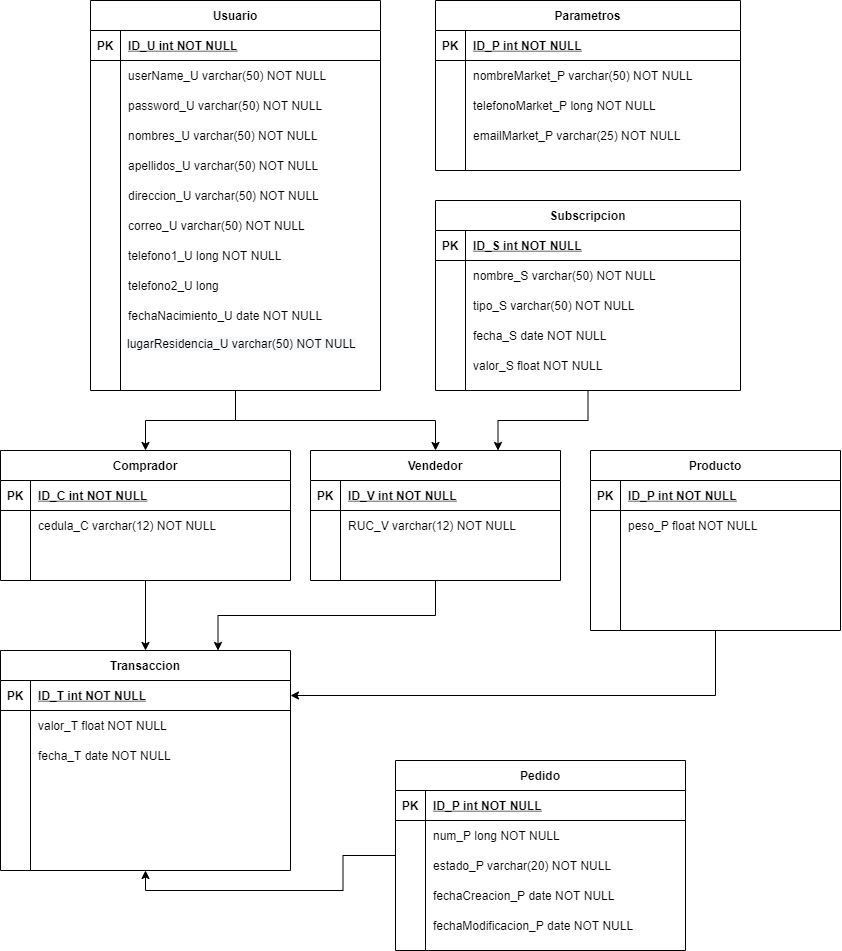
Above: Diagramas/DiagramaER.png in LexAdrian1/resolucionEjercicio (draw.io), before the change. Source tidied: cells renumbered, new cells last; positions are measured from the earlier drawing's top-left corner, leaving out a move shared by most shapes.
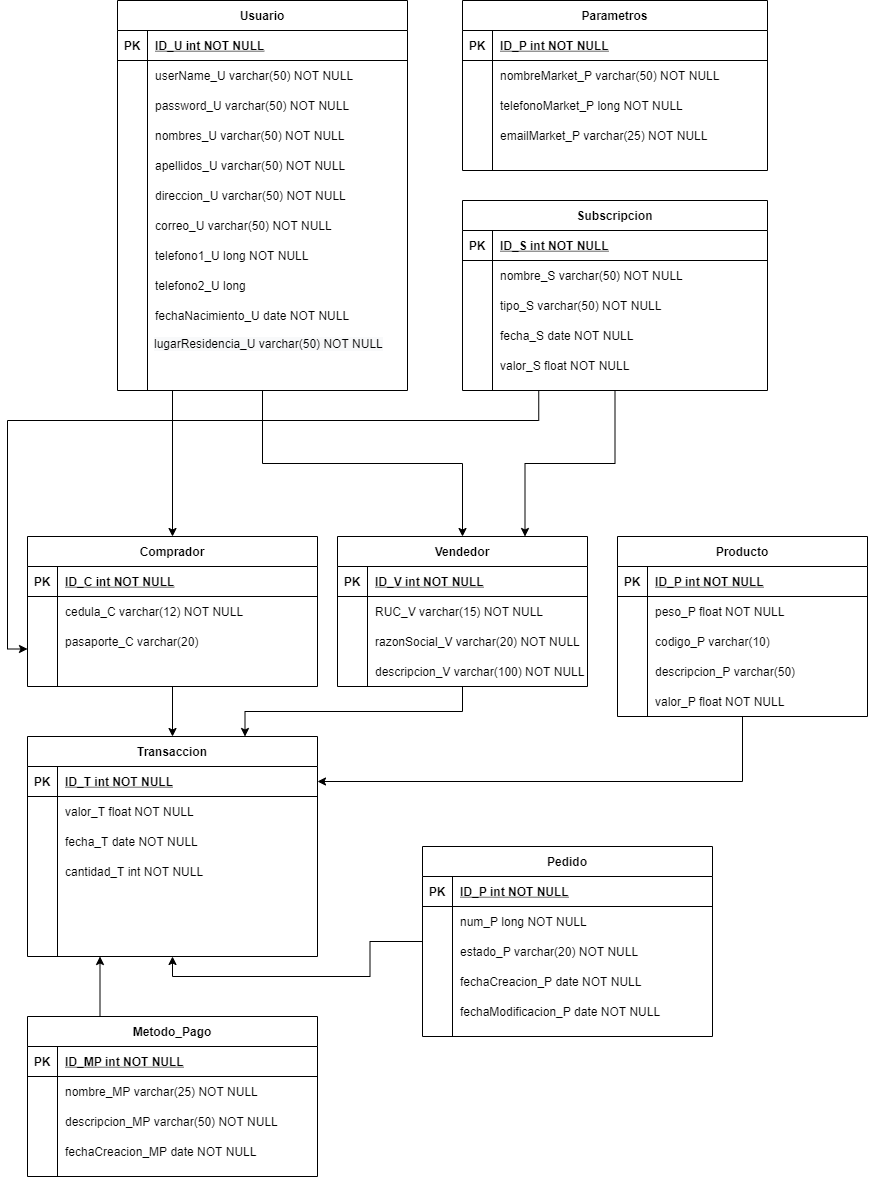
Later version of the same file.

Change to the diagram source:
```diff
@@ -6,7 +6,7 @@
       <mxGeometry relative="1" as="geometry" />
     </mxCell>
     <mxCell id="3" value="Vendedor" style="shape=table;startSize=30;rowLines=0;fontStyle=1;align=center;" parent="1" vertex="1">
-      <mxGeometry x="310" y="450" width="250" height="130" as="geometry" />
+      <mxGeometry x="310" y="536" width="250" height="150" as="geometry" />
     </mxCell>
     <mxCell id="4" style="shape=partialRectangle;fillColor=none;top=0;left=0;right=0;bottom=1;" parent="3" vertex="1">
       <mxGeometry y="30" width="250" height="30" as="geometry" />
@@ -39,7 +39,7 @@
       <mxGeometry relative="1" as="geometry" />
     </mxCell>
     <mxCell id="14" value="Producto" style="shape=table;startSize=30;rowLines=0;fontStyle=1;align=center;" parent="1" vertex="1">
-      <mxGeometry x="590" y="450" width="250" height="180" as="geometry" />
+      <mxGeometry x="590" y="536" width="250" height="180" as="geometry" />
     </mxCell>
     <mxCell id="15" style="shape=partialRectangle;fillColor=none;top=0;left=0;right=0;bottom=1;" parent="14" vertex="1">
       <mxGeometry y="30" width="250" height="30" as="geometry" />
@@ -59,8 +59,12 @@
     <mxCell id="20" style="shape=partialRectangle;overflow=hidden;fillColor=none;top=0;left=0;bottom=0;right=0;align=left;spacingLeft=6;" parent="18" vertex="1">
       <mxGeometry x="30" width="220" height="30" as="geometry" />
     </mxCell>
-    <mxCell id="21" style="edgeStyle=orthogonalEdgeStyle;rounded=0;jettySize=auto;html=1;exitX=0.5;exitY=1;exitDx=0;exitDy=0;" parent="1" edge="1" source="23" target="39">
-      <mxGeometry relative="1" as="geometry" />
+    <mxCell id="21" style="edgeStyle=orthogonalEdgeStyle;rounded=0;jettySize=auto;html=1;exitX=0.25;exitY=1;exitDx=0;exitDy=0;" parent="1" edge="1" source="23" target="39">
+      <mxGeometry relative="1" as="geometry">
+        <Array as="points">
+          <mxPoint x="145" y="390" />
+        </Array>
+      </mxGeometry>
     </mxCell>
     <mxCell id="22" style="edgeStyle=orthogonalEdgeStyle;rounded=0;jettySize=auto;html=1;exitX=0.5;exitY=1;exitDx=0;exitDy=0;entryX=0.5;entryY=0;entryDx=0;entryDy=0;" parent="1" edge="1" source="23" target="3">
       <mxGeometry relative="1" as="geometry" />
@@ -114,7 +118,7 @@
       <mxGeometry relative="1" as="geometry" />
     </mxCell>
     <mxCell id="39" value="Comprador" style="shape=table;startSize=30;rowLines=0;fontStyle=1;align=center;" parent="1" vertex="1">
-      <mxGeometry y="450" width="290" height="130" as="geometry" />
+      <mxGeometry y="536" width="290" height="150" as="geometry" />
     </mxCell>
     <mxCell id="40" style="shape=partialRectangle;fillColor=none;top=0;left=0;right=0;bottom=1;" parent="39" vertex="1">
       <mxGeometry y="30" width="290" height="30" as="geometry" />
@@ -138,7 +142,7 @@
       <mxGeometry x="120" y="90" width="220" height="30" as="geometry" />
     </mxCell>
     <mxCell id="47" value="Transaccion" style="shape=table;startSize=30;rowLines=0;fontStyle=1;align=center;" parent="1" vertex="1">
-      <mxGeometry y="650" width="290" height="220" as="geometry" />
+      <mxGeometry y="736" width="290" height="220" as="geometry" />
     </mxCell>
     <mxCell id="48" style="shape=partialRectangle;fillColor=none;points=[[0,0.5],[1,0.5]];portConstraint=eastwest;top=0;left=0;right=0;bottom=1;" parent="47" vertex="1">
       <mxGeometry y="30" width="290" height="30" as="geometry" />
@@ -162,7 +166,7 @@
       <mxGeometry relative="1" as="geometry" />
     </mxCell>
     <mxCell id="55" value="Pedido" style="shape=table;startSize=30;rowLines=0;fontStyle=1;align=center;" parent="1" vertex="1">
-      <mxGeometry x="395" y="760" width="290" height="190" as="geometry" />
+      <mxGeometry x="395" y="846" width="290" height="190" as="geometry" />
     </mxCell>
     <mxCell id="56" style="shape=partialRectangle;fillColor=none;top=0;left=0;right=0;bottom=1;" parent="55" vertex="1">
       <mxGeometry y="30" width="290" height="30" as="geometry" />
@@ -213,22 +217,22 @@
       <mxGeometry x="30" width="275" height="30" as="geometry" />
     </mxCell>
     <mxCell id="72" value="peso_P float NOT NULL" style="shape=partialRectangle;overflow=hidden;fillColor=none;top=0;left=0;bottom=0;right=0;align=left;spacingLeft=6;" parent="1" vertex="1">
-      <mxGeometry x="620" y="510" width="220" height="30" as="geometry" />
+      <mxGeometry x="620" y="596" width="220" height="30" as="geometry" />
     </mxCell>
-    <mxCell id="73" value="RUC_V varchar(12) NOT NULL" style="shape=partialRectangle;overflow=hidden;fillColor=none;top=0;left=0;bottom=0;right=0;align=left;spacingLeft=6;" parent="1" vertex="1">
-      <mxGeometry x="340" y="510" width="220" height="30" as="geometry" />
+    <mxCell id="73" value="RUC_V varchar(15) NOT NULL" style="shape=partialRectangle;overflow=hidden;fillColor=none;top=0;left=0;bottom=0;right=0;align=left;spacingLeft=6;" parent="1" vertex="1">
+      <mxGeometry x="340" y="596" width="220" height="30" as="geometry" />
     </mxCell>
     <mxCell id="74" value="estado_P varchar(20) NOT NULL" style="shape=partialRectangle;overflow=hidden;fillColor=none;top=0;left=0;bottom=0;right=0;align=left;spacingLeft=6;" parent="1" vertex="1">
-      <mxGeometry x="425" y="850" width="260" height="30" as="geometry" />
+      <mxGeometry x="425" y="936" width="260" height="30" as="geometry" />
     </mxCell>
     <mxCell id="75" value="fechaCreacion_P date NOT NULL" style="shape=partialRectangle;overflow=hidden;fillColor=none;top=0;left=0;bottom=0;right=0;align=left;spacingLeft=6;" parent="1" vertex="1">
-      <mxGeometry x="425" y="880" width="260" height="30" as="geometry" />
+      <mxGeometry x="425" y="966" width="260" height="30" as="geometry" />
     </mxCell>
     <mxCell id="76" value="fechaModificacion_P date NOT NULL" style="shape=partialRectangle;overflow=hidden;fillColor=none;top=0;left=0;bottom=0;right=0;align=left;spacingLeft=6;" parent="1" vertex="1">
-      <mxGeometry x="425" y="910" width="260" height="30" as="geometry" />
+      <mxGeometry x="425" y="996" width="260" height="30" as="geometry" />
     </mxCell>
     <mxCell id="77" value="fecha_T date NOT NULL" style="shape=partialRectangle;overflow=hidden;fillColor=none;top=0;left=0;bottom=0;right=0;align=left;spacingLeft=6;" parent="1" vertex="1">
-      <mxGeometry x="30" y="740" width="260" height="30" as="geometry" />
+      <mxGeometry x="30" y="826" width="260" height="30" as="geometry" />
     </mxCell>
     <mxCell id="78" value="telefonoMarket_P long NOT NULL" style="shape=partialRectangle;overflow=hidden;fillColor=none;top=0;left=0;bottom=0;right=0;align=left;spacingLeft=6;" parent="1" vertex="1">
       <mxGeometry x="465" y="90" width="275" height="30" as="geometry" />
@@ -236,7 +240,7 @@
     <mxCell id="79" value="emailMarket_P varchar(25) NOT NULL" style="shape=partialRectangle;overflow=hidden;fillColor=none;top=0;left=0;bottom=0;right=0;align=left;spacingLeft=6;" parent="1" vertex="1">
       <mxGeometry x="465" y="120" width="275" height="30" as="geometry" />
     </mxCell>
-    <mxCell id="80" style="edgeStyle=orthogonalEdgeStyle;rounded=0;jettySize=auto;html=1;entryX=0.75;entryY=0;entryDx=0;entryDy=0;" parent="1" edge="1" source="81" target="3">
+    <mxCell id="80" style="edgeStyle=orthogonalEdgeStyle;rounded=0;jettySize=auto;html=1;entryX=0.75;entryY=0;entryDx=0;entryDy=0;exitX=0.5;exitY=1;exitDx=0;exitDy=0;" parent="1" edge="1" source="81" target="3">
       <mxGeometry relative="1" as="geometry" />
     </mxCell>
     <mxCell id="81" value="Subscripcion" style="shape=table;startSize=30;rowLines=0;fontStyle=1;align=center;" parent="1" vertex="1">
@@ -278,5 +282,65 @@
     <mxCell id="93" value="valor_S float NOT NULL" style="shape=partialRectangle;overflow=hidden;fillColor=none;top=0;left=0;bottom=0;right=0;align=left;spacingLeft=6;" parent="1" vertex="1">
       <mxGeometry x="465" y="350" width="275" height="30" as="geometry" />
     </mxCell>
+    <mxCell id="94" style="edgeStyle=orthogonalEdgeStyle;rounded=0;jettySize=auto;html=1;exitX=0.25;exitY=0;exitDx=0;exitDy=0;entryX=0.25;entryY=1;entryDx=0;entryDy=0;" parent="1" edge="1" source="95" target="47">
+      <mxGeometry relative="1" as="geometry" />
+    </mxCell>
+    <mxCell id="95" value="Metodo_Pago" style="shape=table;startSize=30;rowLines=0;fontStyle=1;align=center;" parent="1" vertex="1">
+      <mxGeometry y="1016" width="290" height="160" as="geometry" />
+    </mxCell>
+    <mxCell id="96" style="shape=partialRectangle;fillColor=none;top=0;left=0;right=0;bottom=1;" parent="95" vertex="1">
+      <mxGeometry y="30" width="290" height="30" as="geometry" />
+    </mxCell>
+    <mxCell id="97" value="PK" style="shape=partialRectangle;overflow=hidden;fillColor=none;top=0;left=0;bottom=0;right=0;fontStyle=1;" parent="96" vertex="1">
+      <mxGeometry width="30" height="30" as="geometry" />
+    </mxCell>
+    <mxCell id="98" value="ID_MP int NOT NULL " style="shape=partialRectangle;overflow=hidden;fillColor=none;top=0;left=0;bottom=0;right=0;align=left;spacingLeft=6;fontStyle=5;" parent="96" vertex="1">
+      <mxGeometry x="30" width="260" height="30" as="geometry" />
+    </mxCell>
+    <mxCell id="99" style="shape=partialRectangle;fillColor=none;top=0;left=0;right=0;bottom=0;" parent="95" vertex="1">
+      <mxGeometry y="60" width="290" height="30" as="geometry" />
+    </mxCell>
+    <mxCell id="100" style="shape=partialRectangle;overflow=hidden;fillColor=none;top=0;left=0;bottom=0;right=0;" parent="99" vertex="1">
+      <mxGeometry width="30" height="30" as="geometry" />
+    </mxCell>
+    <mxCell id="101" value="nombre_MP varchar(25) NOT NULL" style="shape=partialRectangle;overflow=hidden;fillColor=none;top=0;left=0;bottom=0;right=0;align=left;spacingLeft=6;" parent="99" vertex="1">
+      <mxGeometry x="30" width="260" height="30" as="geometry" />
+    </mxCell>
+    <mxCell id="102" value="descripcion_MP varchar(50) NOT NULL" style="shape=partialRectangle;overflow=hidden;fillColor=none;top=0;left=0;bottom=0;right=0;align=left;spacingLeft=6;" parent="1" vertex="1">
+      <mxGeometry x="30" y="1106" width="260" height="30" as="geometry" />
+    </mxCell>
+    <mxCell id="103" value="fechaCreacion_MP date NOT NULL" style="shape=partialRectangle;overflow=hidden;fillColor=none;top=0;left=0;bottom=0;right=0;align=left;spacingLeft=6;" parent="1" vertex="1">
+      <mxGeometry x="30" y="1136" width="260" height="30" as="geometry" />
+    </mxCell>
+    <mxCell id="104" value="razonSocial_V varchar(20) NOT NULL" style="shape=partialRectangle;overflow=hidden;fillColor=none;top=0;left=0;bottom=0;right=0;align=left;spacingLeft=6;" parent="1" vertex="1">
+      <mxGeometry x="340" y="626" width="220" height="30" as="geometry" />
+    </mxCell>
+    <mxCell id="105" value="pasaporte_C varchar(20)" style="shape=partialRectangle;overflow=hidden;fillColor=none;top=0;left=0;bottom=0;right=0;align=left;spacingLeft=6;" parent="1" vertex="1">
+      <mxGeometry x="30" y="626" width="260" height="30" as="geometry" />
+    </mxCell>
+    <mxCell id="106" value="descripcion_V varchar(100) NOT NULL" style="shape=partialRectangle;overflow=hidden;fillColor=none;top=0;left=0;bottom=0;right=0;align=left;spacingLeft=6;" parent="1" vertex="1">
+      <mxGeometry x="340" y="656" width="220" height="30" as="geometry" />
+    </mxCell>
+    <mxCell id="107" value="codigo_P varchar(10)" style="shape=partialRectangle;overflow=hidden;fillColor=none;top=0;left=0;bottom=0;right=0;align=left;spacingLeft=6;" parent="1" vertex="1">
+      <mxGeometry x="620" y="626" width="220" height="30" as="geometry" />
+    </mxCell>
+    <mxCell id="108" value="descripcion_P varchar(50)" style="shape=partialRectangle;overflow=hidden;fillColor=none;top=0;left=0;bottom=0;right=0;align=left;spacingLeft=6;" parent="1" vertex="1">
+      <mxGeometry x="620" y="656" width="220" height="30" as="geometry" />
+    </mxCell>
+    <mxCell id="109" value="valor_P float NOT NULL" style="shape=partialRectangle;overflow=hidden;fillColor=none;top=0;left=0;bottom=0;right=0;align=left;spacingLeft=6;" parent="1" vertex="1">
+      <mxGeometry x="620" y="686" width="220" height="30" as="geometry" />
+    </mxCell>
+    <mxCell id="110" value="cantidad_T int NOT NULL" style="shape=partialRectangle;overflow=hidden;fillColor=none;top=0;left=0;bottom=0;right=0;align=left;spacingLeft=6;" parent="1" vertex="1">
+      <mxGeometry x="30" y="856" width="260" height="30" as="geometry" />
+    </mxCell>
+    <mxCell id="111" style="edgeStyle=orthogonalEdgeStyle;rounded=0;jettySize=auto;html=1;entryX=0;entryY=0.75;entryDx=0;entryDy=0;exitX=0.25;exitY=1;exitDx=0;exitDy=0;" parent="1" edge="1" source="81" target="39">
+      <mxGeometry relative="1" as="geometry">
+        <Array as="points">
+          <mxPoint x="511" y="420" />
+          <mxPoint x="-20" y="420" />
+          <mxPoint x="-20" y="649" />
+        </Array>
+      </mxGeometry>
+    </mxCell>
   </root>
 </mxGraphModel>
```
